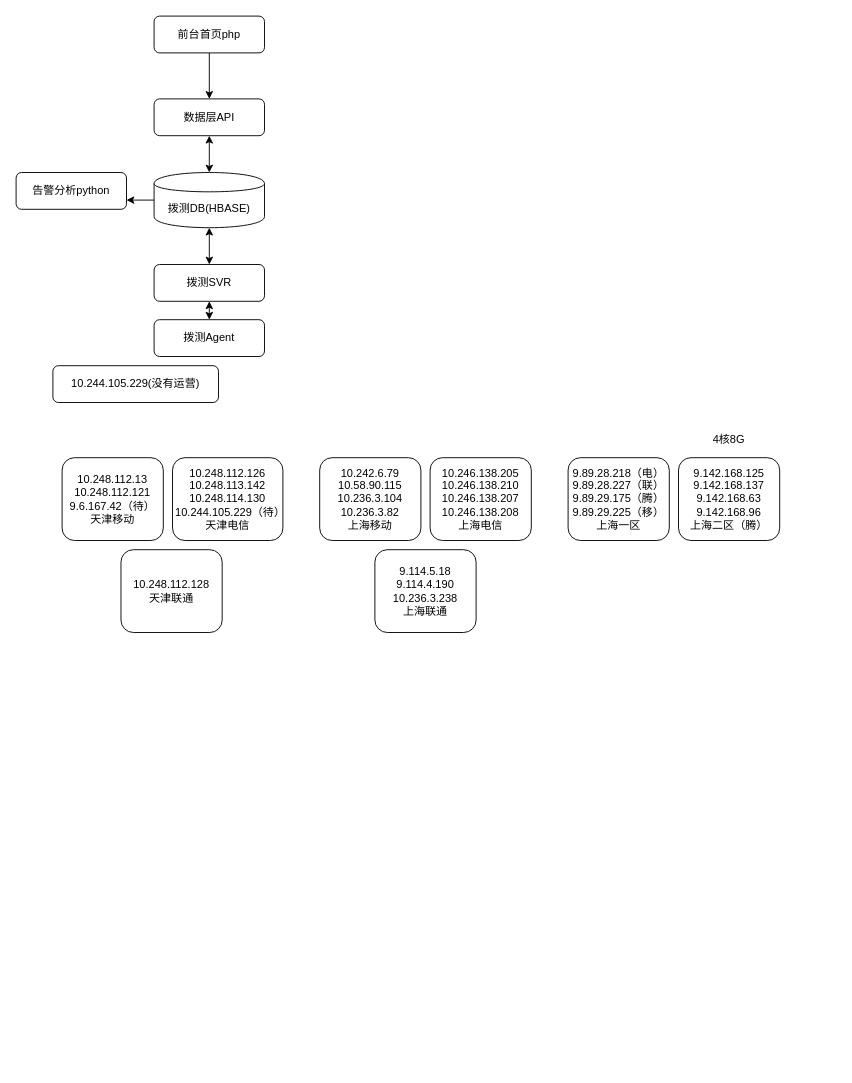
Before: yun_cat_ architecture.drawio in Henryblankwu/untitled7, a draw.io diagram. Source tidied: cells renumbered, new cells numbered last; positions are measured from the earlier drawing's top-left corner, leaving out a move shared by most shapes. Both pictures are drawn from the tidied source at 92%, with x=0, y=0 at pixel (16, 16).
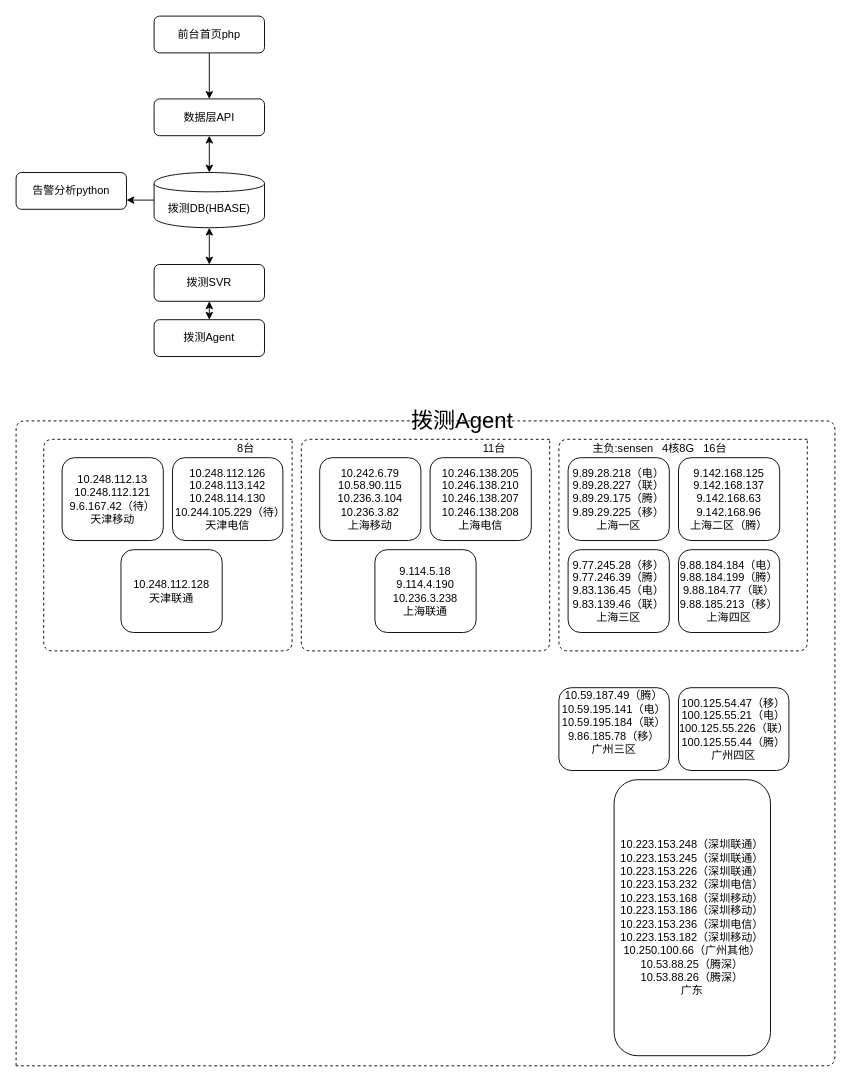
After the change.

What changed in the source:
```diff
@@
-    <mxCell id="10" value="10.244.105.229(没有运营)" style="rounded=1;whiteSpace=wrap;html=1;" parent="1" vertex="1">
-      <mxGeometry x="40" y="380" width="180" height="40" as="geometry" />
-    </mxCell>
@@
     <mxCell id="22" value="4核8G" style="text;html=1;strokeColor=none;fillColor=none;align=center;verticalAlign=middle;whiteSpace=wrap;rounded=0;" parent="1" vertex="1">
-      <mxGeometry x="755" y="450" width="40" height="20" as="geometry" />
+      <mxGeometry x="700" y="460" width="40" height="20" as="geometry" />
     </mxCell>
+    <mxCell id="23" value="&lt;div&gt;9.77.245.28（移）&lt;/div&gt;&lt;div&gt;9.77.246.39（腾）&lt;/div&gt;&lt;div&gt;9.83.136.45（电）&lt;/div&gt;&lt;div&gt;9.83.139.46（联）&lt;/div&gt;&lt;div&gt;上海三区&lt;/div&gt;" style="rounded=1;whiteSpace=wrap;html=1;" parent="1" vertex="1">
+      <mxGeometry x="600" y="580" width="110" height="90" as="geometry" />
+    </mxCell>
+    <mxCell id="24" value="主负:sensen" style="text;html=1;strokeColor=none;fillColor=none;align=center;verticalAlign=middle;whiteSpace=wrap;rounded=0;" parent="1" vertex="1">
+      <mxGeometry x="610" y="460" width="100" height="20" as="geometry" />
+    </mxCell>
+    <mxCell id="25" value="&lt;div&gt;9.88.184.184（电）&lt;/div&gt;&lt;div&gt;9.88.184.199（腾）&lt;/div&gt;&lt;div&gt;9.88.184.77（联）&lt;/div&gt;&lt;div&gt;9.88.185.213（移）&lt;/div&gt;&lt;div&gt;上海四区&lt;/div&gt;" style="rounded=1;whiteSpace=wrap;html=1;" parent="1" vertex="1">
+      <mxGeometry x="720" y="580" width="110" height="90" as="geometry" />
+    </mxCell>
+    <mxCell id="26" style="endArrow=none;dashed=1;html=1;" parent="1" edge="1">
+      <mxGeometry relative="1" as="geometry">
+        <mxPoint x="860" y="460" as="sourcePoint" />
+        <mxPoint x="860" y="460" as="targetPoint" />
+        <Array as="points">
+          <mxPoint x="590" y="460" />
+          <mxPoint x="590" y="690" />
+          <mxPoint x="860" y="690" />
+        </Array>
+      </mxGeometry>
+    </mxCell>
+    <mxCell id="27" style="endArrow=none;dashed=1;html=1;" parent="1" edge="1">
+      <mxGeometry relative="1" as="geometry">
+        <mxPoint x="580" y="460" as="sourcePoint" />
+        <mxPoint x="580" y="460" as="targetPoint" />
+        <Array as="points">
+          <mxPoint x="310" y="460" />
+          <mxPoint x="310" y="690" />
+          <mxPoint x="580" y="690" />
+        </Array>
+      </mxGeometry>
+    </mxCell>
+    <mxCell id="28" style="endArrow=none;dashed=1;html=1;" parent="1" edge="1">
+      <mxGeometry relative="1" as="geometry">
+        <mxPoint x="300" y="460" as="sourcePoint" />
+        <mxPoint x="300" y="460" as="targetPoint" />
+        <Array as="points">
+          <mxPoint x="30" y="460" />
+          <mxPoint x="30" y="690" />
+          <mxPoint x="300" y="690" />
+        </Array>
+      </mxGeometry>
+    </mxCell>
+    <mxCell id="29" value="8台" style="text;html=1;strokeColor=none;fillColor=none;align=center;verticalAlign=middle;whiteSpace=wrap;rounded=0;" parent="1" vertex="1">
+      <mxGeometry x="230" y="460" width="40" height="20" as="geometry" />
+    </mxCell>
+    <mxCell id="30" value="16台" style="text;html=1;strokeColor=none;fillColor=none;align=center;verticalAlign=middle;whiteSpace=wrap;rounded=0;" parent="1" vertex="1">
+      <mxGeometry x="740" y="460" width="40" height="20" as="geometry" />
+    </mxCell>
+    <mxCell id="31" value="11台" style="text;html=1;strokeColor=none;fillColor=none;align=center;verticalAlign=middle;whiteSpace=wrap;rounded=0;" parent="1" vertex="1">
+      <mxGeometry x="500" y="460" width="40" height="20" as="geometry" />
+    </mxCell>
+    <mxCell id="32" value="&lt;div&gt;10.59.187.49（腾）&lt;/div&gt;&lt;div&gt;10.59.195.141（电）&lt;/div&gt;&lt;div&gt;10.59.195.184（联）&lt;/div&gt;&lt;div&gt;9.86.185.78（移）&lt;/div&gt;&lt;div&gt;广州三区&lt;/div&gt;&lt;div&gt;&lt;br&gt;&lt;/div&gt;" style="rounded=1;whiteSpace=wrap;html=1;" parent="1" vertex="1">
+      <mxGeometry x="590" y="730" width="120" height="90" as="geometry" />
+    </mxCell>
+    <mxCell id="33" value="&lt;div&gt;&lt;div&gt;100.125.54.47（移）&lt;/div&gt;&lt;div&gt;100.125.55.21（电）&lt;/div&gt;&lt;div&gt;100.125.55.226（联）&lt;/div&gt;&lt;div&gt;100.125.55.44（腾）&lt;/div&gt;&lt;/div&gt;&lt;div&gt;广州四区&lt;/div&gt;" style="rounded=1;whiteSpace=wrap;html=1;" parent="1" vertex="1">
+      <mxGeometry x="720" y="730" width="120" height="90" as="geometry" />
+    </mxCell>
+    <mxCell id="34" value="&lt;div&gt;&lt;div&gt;10.223.153.248（深圳联通）&lt;/div&gt;&lt;div&gt;10.223.153.245（深圳联通）&lt;/div&gt;&lt;div&gt;10.223.153.226（深圳联通）&lt;/div&gt;&lt;div&gt;10.223.153.232（深圳电信）&lt;/div&gt;&lt;div&gt;10.223.153.168（深圳移动）&lt;/div&gt;&lt;div&gt;10.223.153.186（深圳移动）&lt;/div&gt;&lt;div&gt;10.223.153.236（深圳电信）&lt;/div&gt;&lt;div&gt;10.223.153.182（深圳移动）&lt;/div&gt;&lt;div&gt;10.250.100.66（广州其他）&lt;/div&gt;&lt;div&gt;10.53.88.25（腾深）&lt;/div&gt;&lt;div&gt;10.53.88.26（腾深）&lt;/div&gt;&lt;/div&gt;&lt;div&gt;广东&lt;/div&gt;" style="rounded=1;whiteSpace=wrap;html=1;" parent="1" vertex="1">
+      <mxGeometry x="650" y="830" width="170" height="300" as="geometry" />
+    </mxCell>
+    <mxCell id="35" style="endArrow=none;dashed=1;html=1;" parent="1" edge="1">
+      <mxGeometry relative="1" as="geometry">
+        <mxPoint y="1141" as="sourcePoint" />
+        <mxPoint y="1141" as="targetPoint" />
+        <Array as="points">
+          <mxPoint y="440" />
+          <mxPoint x="890" y="440" />
+          <mxPoint x="890" y="1141" />
+        </Array>
+      </mxGeometry>
+    </mxCell>
+    <mxCell id="36" value="&lt;font style=&quot;font-size: 24px&quot;&gt;拨测Agent&lt;/font&gt;" style="text;html=1;strokeColor=none;fillColor=none;align=center;verticalAlign=middle;whiteSpace=wrap;rounded=0;" parent="1" vertex="1">
+      <mxGeometry x="410" y="430" width="150" height="20" as="geometry" />
+    </mxCell>
```
